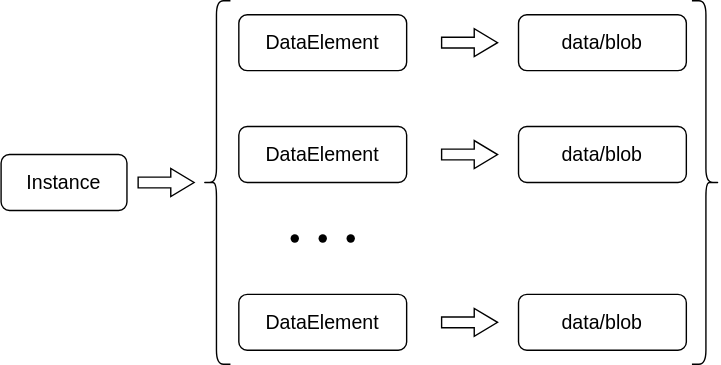
Above: content/api/instance.drawio.svg in Altinn/altinn-studio-docs (draw.io), before the change. Source tidied: cells renumbered, new cells last; positions are measured from the earlier drawing's top-left corner, leaving out a move shared by most shapes.
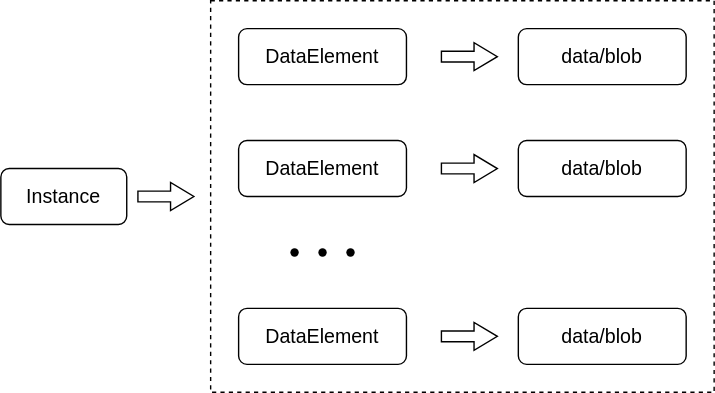
Above is the later version.

Commit message:
Add model introduction for API documentation

Diff of the diagram source:
```diff
@@ -2,6 +2,9 @@
   <root>
     <mxCell id="0" />
     <mxCell id="1" parent="0" />
+    <mxCell id="18" style="rounded=0;whiteSpace=wrap;html=1;shadow=0;sketch=0;strokeColor=default;fillColor=none;dashed=1;" parent="1" vertex="1">
+      <mxGeometry x="150" y="-10" width="360" height="280" as="geometry" />
+    </mxCell>
     <mxCell id="2" value="Instance" style="rounded=1;whiteSpace=wrap;html=1;fontSize=14;" parent="1" vertex="1">
       <mxGeometry y="110" width="90" height="40" as="geometry" />
     </mxCell>
@@ -23,12 +26,6 @@
     <mxCell id="8" value="data/blob" style="rounded=1;whiteSpace=wrap;html=1;fontSize=14;" parent="1" vertex="1">
       <mxGeometry x="370" y="210" width="120" height="40" as="geometry" />
     </mxCell>
-    <mxCell id="9" style="shape=curlyBracket;whiteSpace=wrap;html=1;rounded=1;fontSize=14;" parent="1" vertex="1">
-      <mxGeometry x="144" width="20" height="260" as="geometry" />
-    </mxCell>
-    <mxCell id="10" style="shape=curlyBracket;whiteSpace=wrap;html=1;rounded=1;flipH=1;fontSize=14;" parent="1" vertex="1">
-      <mxGeometry x="494" width="20" height="260" as="geometry" />
-    </mxCell>
     <mxCell id="11" style="shape=singleArrow;whiteSpace=wrap;html=1;fontSize=14;arrowWidth=0.38333333333333236;arrowSize=0.416666666666665;" parent="1" vertex="1">
       <mxGeometry x="98" y="120" width="40" height="20" as="geometry" />
     </mxCell>
@@ -44,7 +41,7 @@
     <mxCell id="15" style="shape=waypoint;sketch=0;fillStyle=solid;size=6;fillColor=none;perimeter=centerPerimeter;fontSize=14;" parent="1" vertex="1">
       <mxGeometry x="190" y="150" width="40" height="40" as="geometry" />
     </mxCell>
-    <mxCell id="16" style="shape=waypoint;sketch=0;fillStyle=solid;size=6;fillColor=none;perimeter=centerPerimeter;fontSize=14;" parent="1" vertex="1">
+    <mxCell id="16" style="shape=waypoint;sketch=0;fillStyle=solid;size=6;fillColor=none;perimeter=centerPerimeter;fontSize=14;strokeColor=default;" parent="1" vertex="1">
       <mxGeometry x="210" y="150" width="40" height="40" as="geometry" />
     </mxCell>
     <mxCell id="17" style="shape=waypoint;sketch=0;fillStyle=solid;size=6;fillColor=none;perimeter=centerPerimeter;fontSize=14;" parent="1" vertex="1">
```
